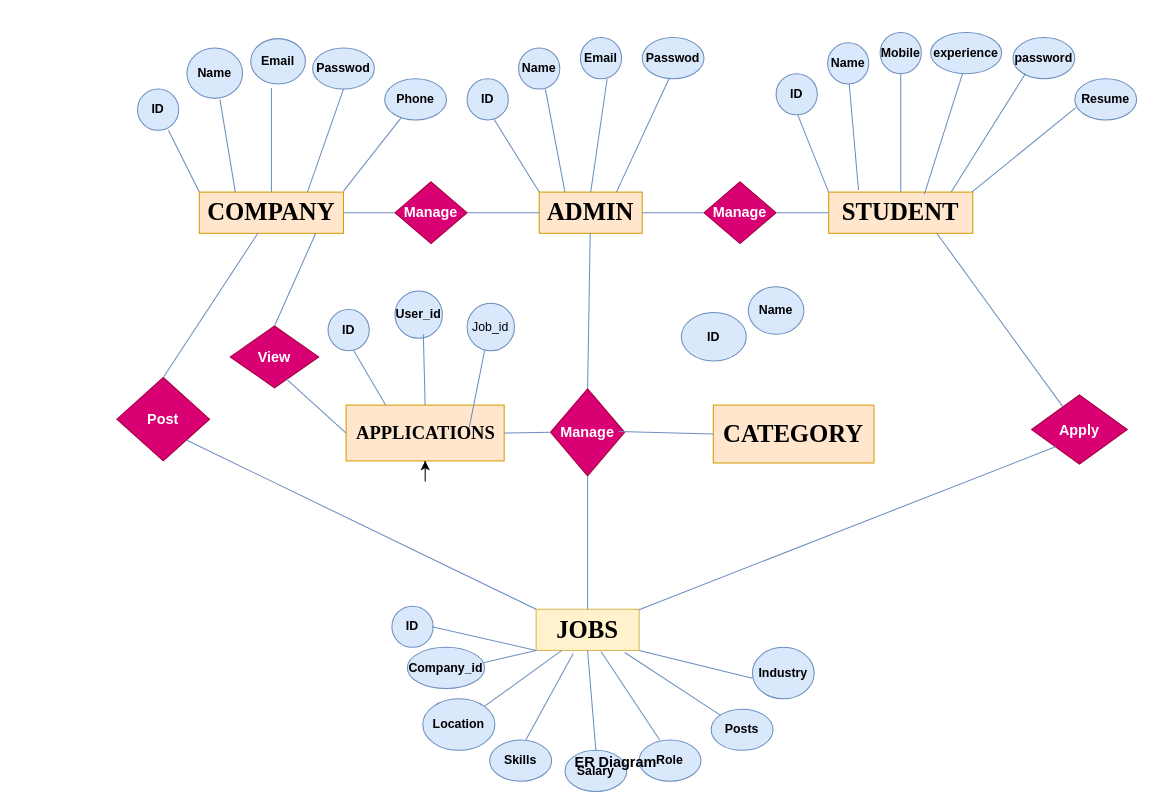
Earlier version of the draw.io diagram company/ERdiagram.drawio (bhatkt71/campus). Source tidied: cells renumbered, new cells numbered last; positions are measured from the earlier drawing's top-left corner, leaving out a move shared by most shapes. Both pictures are drawn from the tidied source at 103%, with x=0, y=0 at pixel (116, 32).
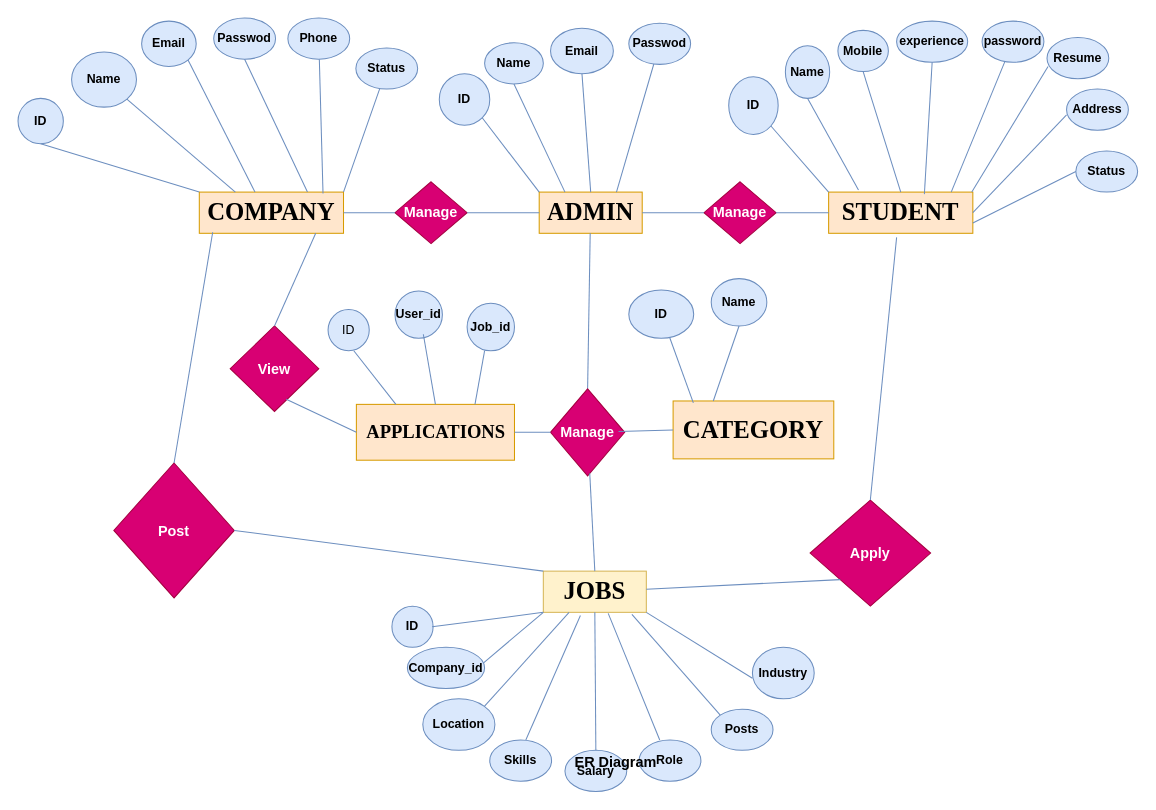
Above is the later version.

The change refers to these unchanged cells:
```xml
<mxCell id="2" value="&lt;b&gt;&lt;font face=&quot;Times New Roman&quot; style=&quot;font-size: 24px;&quot;&gt;COMPANY&lt;/font&gt;&lt;/b&gt;" style="whiteSpace=wrap;html=1;fillColor=#ffe6cc;strokeColor=#d79b00;" parent="1" vertex="1">
  <mxGeometry x="80" y="155" width="140" height="40" as="geometry" />
</mxCell>
<mxCell id="3" value="&lt;b&gt;&lt;font face=&quot;Times New Roman&quot; style=&quot;font-size: 24px;&quot;&gt;ADMIN&lt;/font&gt;&lt;/b&gt;" style="whiteSpace=wrap;html=1;fillColor=#ffe6cc;strokeColor=#d79b00;" parent="1" vertex="1">
  <mxGeometry x="410" y="155" width="100" height="40" as="geometry" />
</mxCell>
<mxCell id="4" value="&lt;b&gt;&lt;font face=&quot;Times New Roman&quot; style=&quot;font-size: 24px;&quot;&gt;STUDENT&lt;/font&gt;&lt;/b&gt;" style="whiteSpace=wrap;html=1;fillColor=#ffe6cc;strokeColor=#d79b00;" parent="1" vertex="1">
  <mxGeometry x="691" y="155" width="140" height="40" as="geometry" />
</mxCell>
```

The edit, as a diff of the source:
```diff
@@
     <mxCell id="7" value="&lt;b&gt;&lt;font face=&quot;Times New Roman&quot; style=&quot;font-size: 24px;&quot;&gt;JOBS&lt;/font&gt;&lt;/b&gt;" style="whiteSpace=wrap;html=1;fillColor=#fff2cc;strokeColor=#d6b656;" parent="1" vertex="1">
-      <mxGeometry x="407" y="560" width="100" height="40" as="geometry" />
+      <mxGeometry x="414" y="523" width="100" height="40" as="geometry" />
     </mxCell>
     <mxCell id="8" value="&lt;b&gt;&lt;font style=&quot;font-size: 14px;&quot;&gt;Apply&lt;/font&gt;&lt;/b&gt;" style="rhombus;whiteSpace=wrap;html=1;fillColor=#d80073;strokeColor=#A50040;fontColor=#ffffff;" parent="1" vertex="1">
-      <mxGeometry x="888" y="352" width="93" height="67" as="geometry" />
+      <mxGeometry x="673" y="454" width="117" height="103" as="geometry" />
     </mxCell>
     <mxCell id="9" value="&lt;b&gt;&lt;font style=&quot;font-size: 14px;&quot;&gt;Post&lt;/font&gt;&lt;/b&gt;" style="rhombus;whiteSpace=wrap;html=1;fillColor=#d80073;strokeColor=#A50040;fontColor=#ffffff;" parent="1" vertex="1">
-      <mxGeometry y="335" width="90" height="81" as="geometry" />
+      <mxGeometry x="-3" y="418" width="117" height="131" as="geometry" />
     </mxCell>
@@
-    <mxCell id="14" style="endArrow=none;html=1;rounded=0;exitX=0.5;exitY=0;exitDx=0;exitDy=0;fillColor=#dae8fc;strokeColor=#6c8ebf;" parent="1" edge="1" source="9" target="2">
-      <mxGeometry relative="1" as="geometry" />
+    <mxCell id="14" style="endArrow=none;html=1;rounded=0;exitX=0.5;exitY=0;exitDx=0;exitDy=0;fillColor=#dae8fc;strokeColor=#6c8ebf;" parent="1" edge="1" source="9">
+      <mxGeometry relative="1" as="geometry">
+        <mxPoint x="93" y="194" as="targetPoint" />
+      </mxGeometry>
     </mxCell>
-    <mxCell id="15" style="endArrow=none;html=1;rounded=0;entryX=0;entryY=0;entryDx=0;entryDy=0;fillColor=#dae8fc;strokeColor=#6c8ebf;exitX=1;exitY=1;exitDx=0;exitDy=0;" parent="1" edge="1" source="9" target="7">
+    <mxCell id="15" style="endArrow=none;html=1;rounded=0;entryX=0;entryY=0;entryDx=0;entryDy=0;fillColor=#dae8fc;strokeColor=#6c8ebf;exitX=1;exitY=0.5;exitDx=0;exitDy=0;" parent="1" edge="1" source="9" target="7">
       <mxGeometry relative="1" as="geometry" />
     </mxCell>
@@
-    <mxCell id="17" style="endArrow=none;html=1;rounded=0;fillColor=#dae8fc;strokeColor=#6c8ebf;entryX=0.75;entryY=1;entryDx=0;entryDy=0;" parent="1" edge="1" source="8" target="4">
-      <mxGeometry relative="1" as="geometry" />
+    <mxCell id="17" style="endArrow=none;html=1;rounded=0;fillColor=#dae8fc;strokeColor=#6c8ebf;entryX=0.75;entryY=1;entryDx=0;entryDy=0;exitX=0.5;exitY=0;exitDx=0;exitDy=0;" parent="1" edge="1" source="8">
+      <mxGeometry relative="1" as="geometry">
+        <mxPoint x="757" y="199" as="targetPoint" />
+      </mxGeometry>
     </mxCell>
@@
     <mxCell id="19" value="&lt;b&gt;ID&lt;/b&gt;" style="ellipse;whiteSpace=wrap;html=1;fillColor=#dae8fc;strokeColor=#6c8ebf;" parent="1" vertex="1">
-      <mxGeometry x="20" y="55" width="40" height="40" as="geometry" />
+      <mxGeometry x="-96" y="64" width="44" height="44" as="geometry" />
     </mxCell>
     <mxCell id="20" value="&lt;b&gt;Name&lt;/b&gt;" style="ellipse;whiteSpace=wrap;html=1;fillColor=#dae8fc;strokeColor=#6c8ebf;" parent="1" vertex="1">
-      <mxGeometry x="68" y="15" width="54" height="49" as="geometry" />
+      <mxGeometry x="-44" y="19" width="63" height="53.5" as="geometry" />
     </mxCell>
     <mxCell id="21" value="&lt;b&gt;Email&lt;/b&gt;" style="ellipse;whiteSpace=wrap;html=1;fillColor=#dae8fc;strokeColor=#6c8ebf;" parent="1" vertex="1">
-      <mxGeometry x="130" y="6" width="53" height="44" as="geometry" />
+      <mxGeometry x="24" y="-11" width="53" height="44" as="geometry" />
     </mxCell>
     <mxCell id="22" value="&lt;b&gt;Passwod&lt;/b&gt;" style="ellipse;whiteSpace=wrap;html=1;fillColor=#dae8fc;strokeColor=#6c8ebf;" parent="1" vertex="1">
-      <mxGeometry x="190" y="15" width="60" height="40" as="geometry" />
+      <mxGeometry x="94" y="-14" width="60" height="40" as="geometry" />
     </mxCell>
-    <mxCell id="23" style="endArrow=none;html=1;rounded=0;entryX=0;entryY=0;entryDx=0;entryDy=0;fillColor=#dae8fc;strokeColor=#6c8ebf;" parent="1" edge="1" target="2">
-      <mxGeometry relative="1" as="geometry">
-        <mxPoint x="50" y="95" as="sourcePoint" />
-      </mxGeometry>
+    <mxCell id="23" style="endArrow=none;html=1;rounded=0;entryX=0;entryY=0;entryDx=0;entryDy=0;fillColor=#dae8fc;strokeColor=#6c8ebf;exitX=0.5;exitY=1;exitDx=0;exitDy=0;" parent="1" edge="1" source="19" target="2">
+      <mxGeometry relative="1" as="geometry" />
     </mxCell>
-    <mxCell id="24" style="endArrow=none;html=1;rounded=0;entryX=0.25;entryY=0;entryDx=0;entryDy=0;fillColor=#dae8fc;strokeColor=#6c8ebf;" parent="1" edge="1" target="2">
-      <mxGeometry relative="1" as="geometry">
-        <mxPoint x="100" y="65" as="sourcePoint" />
-      </mxGeometry>
+    <mxCell id="24" style="endArrow=none;html=1;rounded=0;entryX=0.25;entryY=0;entryDx=0;entryDy=0;fillColor=#dae8fc;strokeColor=#6c8ebf;" parent="1" edge="1" source="20" target="2">
+      <mxGeometry relative="1" as="geometry" />
     </mxCell>
-    <mxCell id="25" style="endArrow=none;html=1;rounded=0;entryX=0.5;entryY=0;entryDx=0;entryDy=0;fillColor=#dae8fc;strokeColor=#6c8ebf;" parent="1" edge="1" target="2">
-      <mxGeometry relative="1" as="geometry">
-        <mxPoint x="150" y="54" as="sourcePoint" />
-      </mxGeometry>
+    <mxCell id="25" style="endArrow=none;html=1;rounded=0;fillColor=#dae8fc;strokeColor=#6c8ebf;entryX=0.386;entryY=0;entryDx=0;entryDy=0;entryPerimeter=0;exitX=1;exitY=1;exitDx=0;exitDy=0;" parent="1" edge="1" source="21" target="2">
+      <mxGeometry relative="1" as="geometry" />
     </mxCell>
-    <mxCell id="26" style="endArrow=none;html=1;rounded=0;entryX=0.75;entryY=0;entryDx=0;entryDy=0;fillColor=#dae8fc;strokeColor=#6c8ebf;" parent="1" edge="1" target="2">
-      <mxGeometry relative="1" as="geometry">
-        <mxPoint x="220" y="55" as="sourcePoint" />
-      </mxGeometry>
+    <mxCell id="26" style="endArrow=none;html=1;rounded=0;entryX=0.75;entryY=0;entryDx=0;entryDy=0;fillColor=#dae8fc;strokeColor=#6c8ebf;exitX=0.5;exitY=1;exitDx=0;exitDy=0;" parent="1" edge="1" source="22" target="2">
+      <mxGeometry relative="1" as="geometry" />
     </mxCell>
-    <mxCell id="27" style="endArrow=none;html=1;rounded=0;fillColor=#dae8fc;strokeColor=#6c8ebf;" parent="1" edge="1" target="28">
-      <mxGeometry relative="1" as="geometry">
-        <mxPoint x="220" y="154" as="sourcePoint" />
-      </mxGeometry>
+    <mxCell id="27" style="endArrow=none;html=1;rounded=0;fillColor=#dae8fc;strokeColor=#6c8ebf;exitX=0.858;exitY=0.036;exitDx=0;exitDy=0;exitPerimeter=0;" parent="1" edge="1" source="2" target="28">
+      <mxGeometry relative="1" as="geometry" />
     </mxCell>
     <mxCell id="28" value="&lt;b&gt;Phone&lt;/b&gt;" style="ellipse;whiteSpace=wrap;html=1;fillColor=#dae8fc;strokeColor=#6c8ebf;" parent="1" vertex="1">
-      <mxGeometry x="260" y="45" width="60" height="40" as="geometry" />
+      <mxGeometry x="166" y="-14" width="60" height="40" as="geometry" />
     </mxCell>
     <mxCell id="29" value="&lt;b&gt;ID&lt;/b&gt;" style="ellipse;whiteSpace=wrap;html=1;fillColor=#dae8fc;strokeColor=#6c8ebf;" parent="1" vertex="1">
-      <mxGeometry x="340" y="45" width="40" height="40" as="geometry" />
+      <mxGeometry x="313" y="40" width="49" height="50" as="geometry" />
     </mxCell>
     <mxCell id="30" value="&lt;b&gt;Name&lt;/b&gt;" style="ellipse;whiteSpace=wrap;html=1;fillColor=#dae8fc;strokeColor=#6c8ebf;" parent="1" vertex="1">
-      <mxGeometry x="390" y="15" width="40" height="40" as="geometry" />
+      <mxGeometry x="357" y="10" width="57" height="40" as="geometry" />
     </mxCell>
     <mxCell id="31" value="&lt;b&gt;Email&lt;/b&gt;" style="ellipse;whiteSpace=wrap;html=1;fillColor=#dae8fc;strokeColor=#6c8ebf;" parent="1" vertex="1">
-      <mxGeometry x="450" y="5" width="40" height="40" as="geometry" />
+      <mxGeometry x="421" y="-4" width="61" height="44" as="geometry" />
     </mxCell>
     <mxCell id="32" value="&lt;b&gt;Passwod&lt;/b&gt;" style="ellipse;whiteSpace=wrap;html=1;fillColor=#dae8fc;strokeColor=#6c8ebf;" parent="1" vertex="1">
-      <mxGeometry x="510" y="5" width="60" height="40" as="geometry" />
+      <mxGeometry x="497" y="-9" width="60" height="40" as="geometry" />
     </mxCell>
-    <mxCell id="33" style="endArrow=none;html=1;rounded=0;exitX=0;exitY=0;exitDx=0;exitDy=0;fillColor=#dae8fc;strokeColor=#6c8ebf;" parent="1" edge="1" source="3">
-      <mxGeometry relative="1" as="geometry">
-        <mxPoint x="366" y="84" as="targetPoint" />
-      </mxGeometry>
+    <mxCell id="33" style="endArrow=none;html=1;rounded=0;exitX=0;exitY=0;exitDx=0;exitDy=0;fillColor=#dae8fc;strokeColor=#6c8ebf;entryX=1;entryY=1;entryDx=0;entryDy=0;" parent="1" edge="1" source="3" target="29">
+      <mxGeometry relative="1" as="geometry" />
     </mxCell>
-    <mxCell id="34" style="endArrow=none;html=1;rounded=0;exitX=0.25;exitY=0;exitDx=0;exitDy=0;fillColor=#dae8fc;strokeColor=#6c8ebf;" parent="1" edge="1" source="3">
-      <mxGeometry relative="1" as="geometry">
-        <mxPoint x="416" y="55" as="targetPoint" />
-      </mxGeometry>
+    <mxCell id="34" style="endArrow=none;html=1;rounded=0;exitX=0.25;exitY=0;exitDx=0;exitDy=0;fillColor=#dae8fc;strokeColor=#6c8ebf;entryX=0.5;entryY=1;entryDx=0;entryDy=0;" parent="1" edge="1" source="3" target="30">
+      <mxGeometry relative="1" as="geometry" />
     </mxCell>
-    <mxCell id="35" style="endArrow=none;html=1;rounded=0;exitX=0.5;exitY=0;exitDx=0;exitDy=0;fillColor=#dae8fc;strokeColor=#6c8ebf;" parent="1" edge="1" source="3">
-      <mxGeometry relative="1" as="geometry">
-        <mxPoint x="476" y="45" as="targetPoint" />
-      </mxGeometry>
+    <mxCell id="35" style="endArrow=none;html=1;rounded=0;exitX=0.5;exitY=0;exitDx=0;exitDy=0;fillColor=#dae8fc;strokeColor=#6c8ebf;entryX=0.5;entryY=1;entryDx=0;entryDy=0;" parent="1" edge="1" source="3" target="31">
+      <mxGeometry relative="1" as="geometry" />
     </mxCell>
-    <mxCell id="36" style="endArrow=none;html=1;rounded=0;exitX=0.75;exitY=0;exitDx=0;exitDy=0;fillColor=#dae8fc;strokeColor=#6c8ebf;" parent="1" edge="1" source="3">
-      <mxGeometry relative="1" as="geometry">
-        <mxPoint x="536" y="45" as="targetPoint" />
-      </mxGeometry>
+    <mxCell id="36" style="endArrow=none;html=1;rounded=0;exitX=0.75;exitY=0;exitDx=0;exitDy=0;fillColor=#dae8fc;strokeColor=#6c8ebf;" parent="1" edge="1" source="3" target="32">
+      <mxGeometry relative="1" as="geometry" />
     </mxCell>
     <mxCell id="37" value="&lt;b&gt;ID&lt;/b&gt;" style="ellipse;whiteSpace=wrap;html=1;fillColor=#dae8fc;strokeColor=#6c8ebf;" parent="1" vertex="1">
-      <mxGeometry x="640" y="40" width="40" height="40" as="geometry" />
+      <mxGeometry x="594" y="43" width="48" height="56" as="geometry" />
     </mxCell>
     <mxCell id="38" value="&lt;b&gt;Name&lt;/b&gt;" style="ellipse;whiteSpace=wrap;html=1;fillColor=#dae8fc;strokeColor=#6c8ebf;" parent="1" vertex="1">
-      <mxGeometry x="690" y="10" width="40" height="40" as="geometry" />
+      <mxGeometry x="649" y="13" width="43" height="51" as="geometry" />
     </mxCell>
     <mxCell id="39" value="&lt;b&gt;Mobile&lt;/b&gt;" style="ellipse;whiteSpace=wrap;html=1;fillColor=#dae8fc;strokeColor=#6c8ebf;" parent="1" vertex="1">
-      <mxGeometry x="741" width="40" height="40" as="geometry" />
+      <mxGeometry x="700" y="-2" width="49" height="40" as="geometry" />
     </mxCell>
     <mxCell id="40" value="&lt;b&gt;experience&lt;/b&gt;" style="ellipse;whiteSpace=wrap;html=1;fillColor=#dae8fc;strokeColor=#6c8ebf;" parent="1" vertex="1">
-      <mxGeometry x="790" width="69" height="40" as="geometry" />
+      <mxGeometry x="757" y="-11" width="69" height="40" as="geometry" />
     </mxCell>
     <mxCell id="41" value="&lt;b&gt;password&lt;/b&gt;" style="ellipse;whiteSpace=wrap;html=1;fillColor=#dae8fc;strokeColor=#6c8ebf;" parent="1" vertex="1">
-      <mxGeometry x="870" y="5" width="60" height="40" as="geometry" />
+      <mxGeometry x="840" y="-11" width="60" height="40" as="geometry" />
     </mxCell>
     <mxCell id="42" value="&lt;b&gt;Resume&lt;/b&gt;" style="ellipse;whiteSpace=wrap;html=1;fillColor=#dae8fc;strokeColor=#6c8ebf;" parent="1" vertex="1">
-      <mxGeometry x="930" y="45" width="60" height="40" as="geometry" />
+      <mxGeometry x="903" y="5" width="60" height="40" as="geometry" />
     </mxCell>
@@
-    <mxCell id="44" style="endArrow=none;html=1;rounded=0;exitX=0.85;exitY=0;exitDx=0;exitDy=0;exitPerimeter=0;fillColor=#dae8fc;strokeColor=#6c8ebf;" parent="1" edge="1" source="4">
-      <mxGeometry relative="1" as="geometry">
-        <mxPoint x="882" y="40" as="targetPoint" />
-      </mxGeometry>
+    <mxCell id="44" style="endArrow=none;html=1;rounded=0;exitX=0.85;exitY=0;exitDx=0;exitDy=0;exitPerimeter=0;fillColor=#dae8fc;strokeColor=#6c8ebf;" parent="1" edge="1" source="4" target="41">
+      <mxGeometry relative="1" as="geometry" />
     </mxCell>
-    <mxCell id="45" style="endArrow=none;html=1;rounded=0;exitX=0.664;exitY=0.05;exitDx=0;exitDy=0;exitPerimeter=0;fillColor=#dae8fc;strokeColor=#6c8ebf;" parent="1" edge="1" source="4">
-      <mxGeometry relative="1" as="geometry">
-        <mxPoint x="821" y="40" as="targetPoint" />
-      </mxGeometry>
+    <mxCell id="45" style="endArrow=none;html=1;rounded=0;exitX=0.664;exitY=0.05;exitDx=0;exitDy=0;exitPerimeter=0;fillColor=#dae8fc;strokeColor=#6c8ebf;entryX=0.5;entryY=1;entryDx=0;entryDy=0;" parent="1" edge="1" source="4" target="40">
+      <mxGeometry relative="1" as="geometry" />
     </mxCell>
-    <mxCell id="46" style="endArrow=none;html=1;rounded=0;exitX=0.5;exitY=0;exitDx=0;exitDy=0;fillColor=#dae8fc;strokeColor=#6c8ebf;" parent="1" edge="1" source="4">
-      <mxGeometry relative="1" as="geometry">
-        <mxPoint x="761" y="40" as="targetPoint" />
-      </mxGeometry>
+    <mxCell id="46" style="endArrow=none;html=1;rounded=0;exitX=0.5;exitY=0;exitDx=0;exitDy=0;fillColor=#dae8fc;strokeColor=#6c8ebf;entryX=0.5;entryY=1;entryDx=0;entryDy=0;" parent="1" edge="1" source="4" target="39">
+      <mxGeometry relative="1" as="geometry" />
     </mxCell>
-    <mxCell id="47" style="endArrow=none;html=1;rounded=0;exitX=0.207;exitY=-0.05;exitDx=0;exitDy=0;exitPerimeter=0;fillColor=#dae8fc;strokeColor=#6c8ebf;" parent="1" edge="1" source="4">
-      <mxGeometry relative="1" as="geometry">
-        <mxPoint x="711" y="50" as="targetPoint" />
-      </mxGeometry>
+    <mxCell id="47" style="endArrow=none;html=1;rounded=0;exitX=0.207;exitY=-0.05;exitDx=0;exitDy=0;exitPerimeter=0;fillColor=#dae8fc;strokeColor=#6c8ebf;entryX=0.5;entryY=1;entryDx=0;entryDy=0;" parent="1" edge="1" source="4" target="38">
+      <mxGeometry relative="1" as="geometry" />
     </mxCell>
-    <mxCell id="48" style="endArrow=none;html=1;rounded=0;exitX=0;exitY=0;exitDx=0;exitDy=0;fillColor=#dae8fc;strokeColor=#6c8ebf;" parent="1" edge="1" source="4">
-      <mxGeometry relative="1" as="geometry">
-        <mxPoint x="661" y="80" as="targetPoint" />
-      </mxGeometry>
+    <mxCell id="48" style="endArrow=none;html=1;rounded=0;exitX=0;exitY=0;exitDx=0;exitDy=0;fillColor=#dae8fc;strokeColor=#6c8ebf;entryX=1;entryY=1;entryDx=0;entryDy=0;" parent="1" edge="1" source="4" target="37">
+      <mxGeometry relative="1" as="geometry" />
     </mxCell>
@@
-    <mxCell id="66" value="&lt;b&gt;&lt;font face=&quot;Times New Roman&quot; style=&quot;font-size: 18px;&quot;&gt;APPLICATIONS&lt;/font&gt;&lt;/b&gt;" style="whiteSpace=wrap;html=1;fillColor=#ffe6cc;strokeColor=#d79b00;" parent="1" vertex="1">
-      <mxGeometry x="222.5" y="361.8" width="153.5" height="54.2" as="geometry" />
+    <mxCell id="66" value="&lt;font face=&quot;Times New Roman&quot; style=&quot;font-size: 18px;&quot;&gt;&lt;b&gt;APPLICATIONS&lt;/b&gt;&lt;/font&gt;" style="whiteSpace=wrap;html=1;fillColor=#ffe6cc;strokeColor=#d79b00;" parent="1" vertex="1">
+      <mxGeometry x="232.5" y="361.1" width="153.5" height="54.2" as="geometry" />
     </mxCell>
-    <mxCell id="67" style="edgeStyle=orthogonalEdgeStyle;rounded=0;orthogonalLoop=1;jettySize=auto;html=1;exitX=0.5;exitY=1;exitDx=0;exitDy=0;" parent="1" edge="1" source="66" target="66">
-      <mxGeometry relative="1" as="geometry" />
-    </mxCell>
     <mxCell id="68" value="&lt;span style=&quot;font-size: 14px;&quot;&gt;&lt;b&gt;View&lt;/b&gt;&lt;/span&gt;" style="rhombus;whiteSpace=wrap;html=1;fillColor=#d80073;strokeColor=#A50040;fontColor=#ffffff;" parent="1" vertex="1">
-      <mxGeometry x="110" y="285" width="86" height="60" as="geometry" />
+      <mxGeometry x="110" y="285" width="86" height="83" as="geometry" />
     </mxCell>
@@
-    <mxCell id="74" value="&lt;b&gt;ID&lt;/b&gt;" style="ellipse;whiteSpace=wrap;html=1;fillColor=#dae8fc;strokeColor=#6c8ebf;" parent="1" vertex="1">
+    <mxCell id="74" value="ID" style="ellipse;whiteSpace=wrap;html=1;fillColor=#dae8fc;strokeColor=#6c8ebf;" parent="1" vertex="1">
       <mxGeometry x="205" y="269" width="40" height="40" as="geometry" />
     </mxCell>
@@
-    <mxCell id="76" value="Job_id" style="ellipse;whiteSpace=wrap;html=1;fillColor=#dae8fc;strokeColor=#6c8ebf;" parent="1" vertex="1">
+    <mxCell id="76" value="&lt;b&gt;Job_id&lt;/b&gt;" style="ellipse;whiteSpace=wrap;html=1;fillColor=#dae8fc;strokeColor=#6c8ebf;" parent="1" vertex="1">
       <mxGeometry x="340" y="263" width="46" height="46" as="geometry" />
     </mxCell>
@@
-    <mxCell id="79" style="endArrow=none;html=1;rounded=0;fillColor=#dae8fc;strokeColor=#6c8ebf;" parent="1" edge="1">
+    <mxCell id="79" style="endArrow=none;html=1;rounded=0;fillColor=#dae8fc;strokeColor=#6c8ebf;exitX=0.75;exitY=0;exitDx=0;exitDy=0;" parent="1" edge="1" source="66">
       <mxGeometry relative="1" as="geometry">
-        <mxPoint x="342" y="384" as="sourcePoint" />
         <mxPoint x="357" y="309" as="targetPoint" />
       </mxGeometry>
     </mxCell>
     <mxCell id="80" value="&lt;font face=&quot;Times New Roman&quot;&gt;&lt;span style=&quot;font-size: 24px;&quot;&gt;&lt;b&gt;CATEGORY&lt;/b&gt;&lt;/span&gt;&lt;/font&gt;" style="whiteSpace=wrap;html=1;fillColor=#ffe6cc;strokeColor=#d79b00;" parent="1" vertex="1">
-      <mxGeometry x="579" y="361.8" width="156" height="56.2" as="geometry" />
+      <mxGeometry x="540" y="357.8" width="156" height="56.2" as="geometry" />
     </mxCell>
@@
     <mxCell id="82" value="&lt;b&gt;ID&lt;/b&gt;" style="ellipse;whiteSpace=wrap;html=1;fillColor=#dae8fc;strokeColor=#6c8ebf;" parent="1" vertex="1">
-      <mxGeometry x="548" y="272" width="63" height="47" as="geometry" />
+      <mxGeometry x="497" y="250" width="63" height="47" as="geometry" />
     </mxCell>
     <mxCell id="83" value="&lt;b&gt;Name&lt;/b&gt;" style="ellipse;whiteSpace=wrap;html=1;fillColor=#dae8fc;strokeColor=#6c8ebf;" parent="1" vertex="1">
-      <mxGeometry x="613" y="247" width="54" height="46" as="geometry" />
+      <mxGeometry x="577" y="239" width="54" height="46" as="geometry" />
     </mxCell>
+    <mxCell id="84" style="endArrow=none;html=1;rounded=0;exitX=0.126;exitY=0.032;exitDx=0;exitDy=0;fillColor=#dae8fc;strokeColor=#6c8ebf;exitPerimeter=0;" parent="1" edge="1" source="80" target="82">
+      <mxGeometry relative="1" as="geometry" />
+    </mxCell>
+    <mxCell id="85" style="endArrow=none;html=1;rounded=0;fillColor=#dae8fc;strokeColor=#6c8ebf;entryX=0.5;entryY=1;entryDx=0;entryDy=0;exitX=0.25;exitY=0;exitDx=0;exitDy=0;" parent="1" edge="1" source="80" target="83">
+      <mxGeometry relative="1" as="geometry" />
+    </mxCell>
+    <mxCell id="86" value="&lt;b&gt;Status&lt;/b&gt;" style="ellipse;whiteSpace=wrap;html=1;fillColor=#dae8fc;strokeColor=#6c8ebf;" parent="1" vertex="1">
+      <mxGeometry x="232" y="15" width="60" height="40" as="geometry" />
+    </mxCell>
+    <mxCell id="87" style="endArrow=none;html=1;rounded=0;fillColor=#dae8fc;strokeColor=#6c8ebf;exitX=1;exitY=0;exitDx=0;exitDy=0;" parent="1" edge="1" source="2" target="86">
+      <mxGeometry relative="1" as="geometry" />
+    </mxCell>
+    <mxCell id="88" value="&lt;b&gt;Address&lt;/b&gt;" style="ellipse;whiteSpace=wrap;html=1;fillColor=#dae8fc;strokeColor=#6c8ebf;" parent="1" vertex="1">
+      <mxGeometry x="922" y="55" width="60" height="40" as="geometry" />
+    </mxCell>
+    <mxCell id="89" style="endArrow=none;html=1;rounded=0;entryX=0.017;entryY=0.7;entryDx=0;entryDy=0;entryPerimeter=0;fillColor=#dae8fc;strokeColor=#6c8ebf;exitX=1;exitY=0.5;exitDx=0;exitDy=0;" parent="1" edge="1" source="4">
+      <mxGeometry relative="1" as="geometry">
+        <mxPoint x="922" y="80" as="targetPoint" />
+      </mxGeometry>
+    </mxCell>
+    <mxCell id="90" value="&lt;b&gt;Status&lt;/b&gt;" style="ellipse;whiteSpace=wrap;html=1;fillColor=#dae8fc;strokeColor=#6c8ebf;" parent="1" vertex="1">
+      <mxGeometry x="931" y="115" width="60" height="40" as="geometry" />
+    </mxCell>
+    <mxCell id="91" style="endArrow=none;html=1;rounded=0;entryX=0;entryY=0.5;entryDx=0;entryDy=0;fillColor=#dae8fc;strokeColor=#6c8ebf;exitX=1;exitY=0.75;exitDx=0;exitDy=0;" parent="1" edge="1" source="4" target="90">
+      <mxGeometry relative="1" as="geometry" />
+    </mxCell>
```
